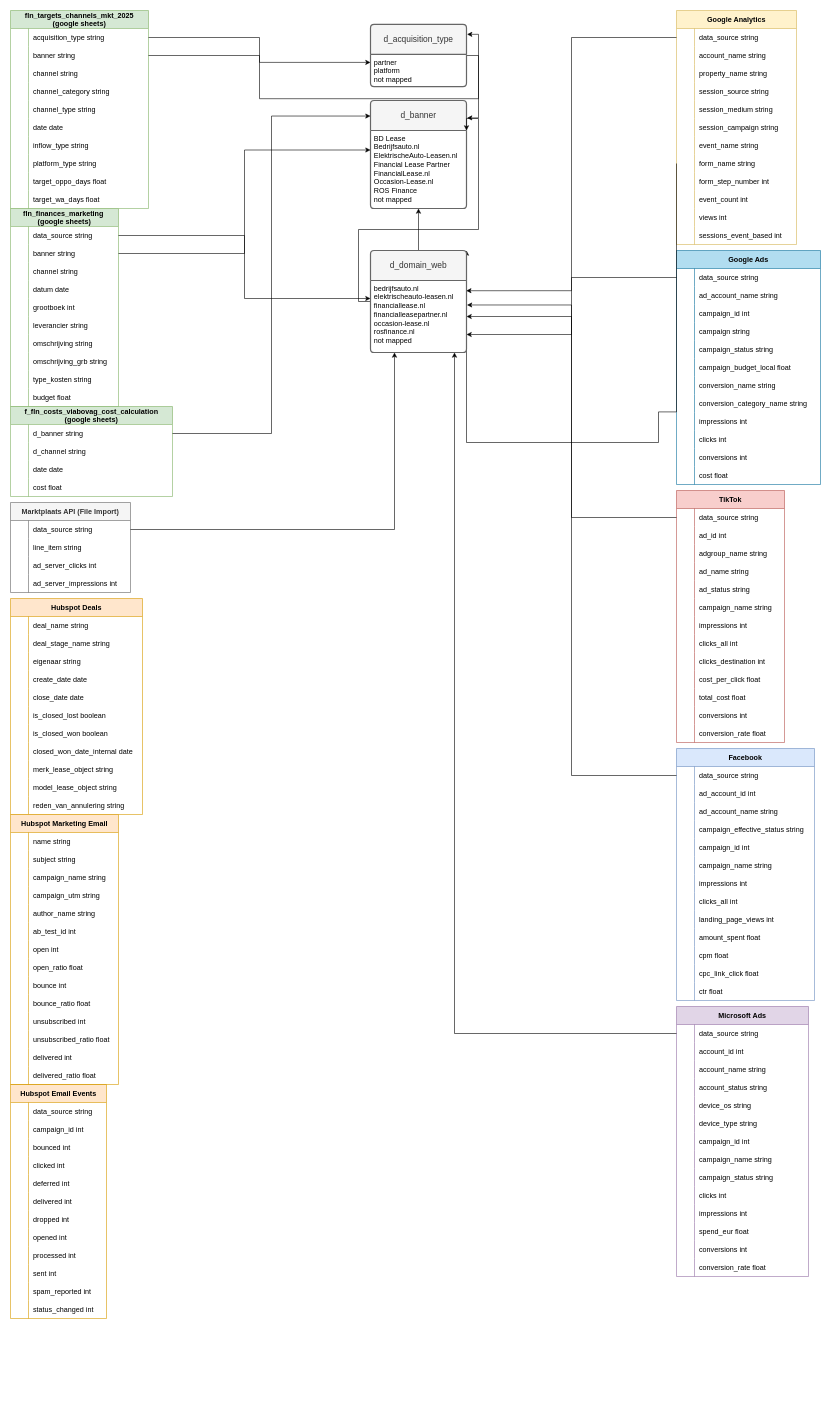
YveTDS/Draw_io keeps this draw.io diagram as funnel_mapping.drawio. Above is the earlier version. Source tidied: cells renumbered, new cells numbered last; positions are measured from the earlier drawing's top-left corner, leaving out a move shared by most shapes. Both pictures are drawn from the tidied source at 60%, with x=0, y=0 at pixel (10, 10).
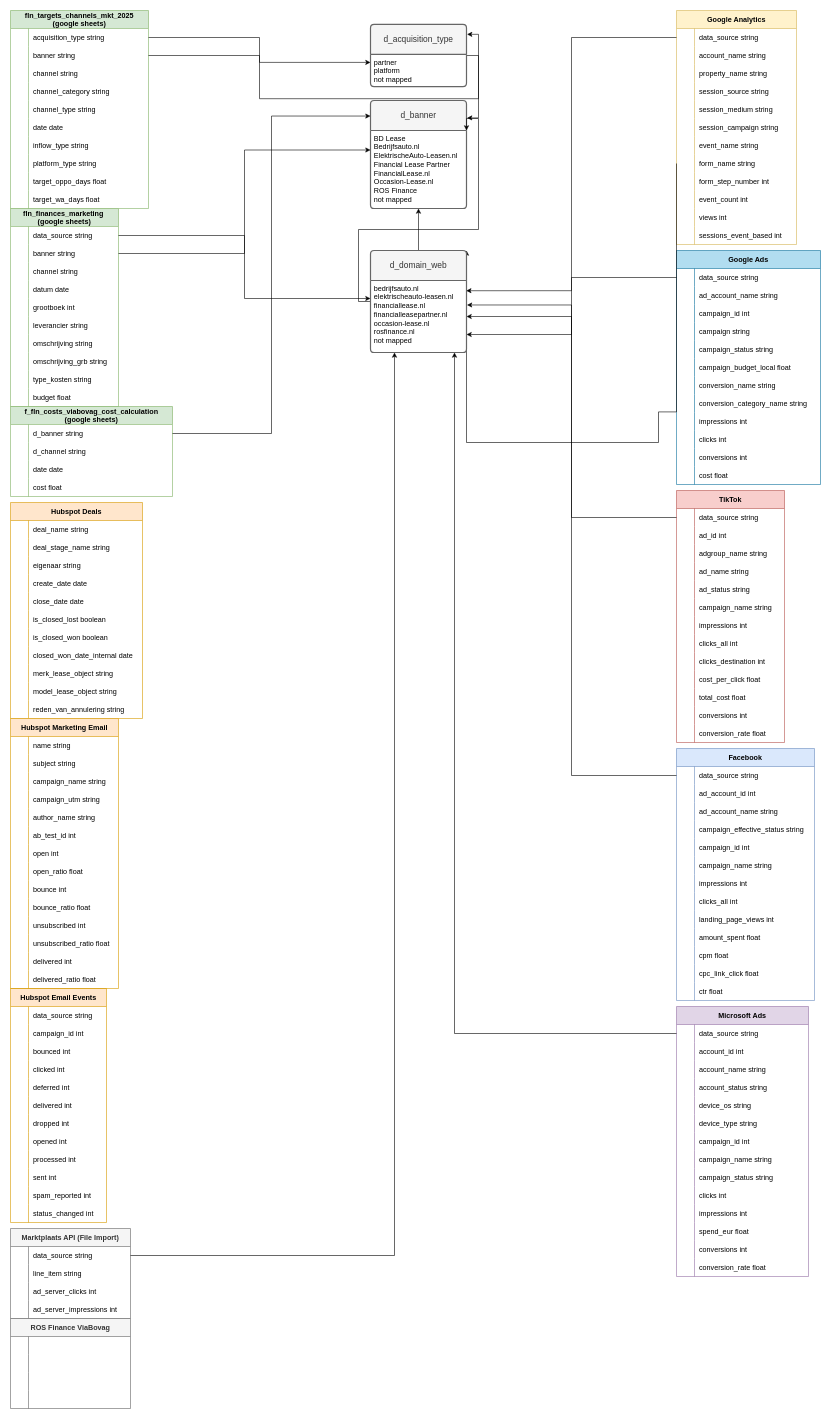
The same page after the edit.

Change to the diagram source:
```diff
@@
     <mxCell id="288" value="Marktplaats API (File Import)" style="shape=table;startSize=30;childLayout=tableLayout;rowLines=0;fontStyle=1;align=center;fillColor=#f5f5f5;fontColor=#333333;strokeColor=#666666;" parent="1" vertex="1">
-      <mxGeometry y="820" width="200" height="150" as="geometry" />
+      <mxGeometry y="2030" width="200" height="150" as="geometry" />
     </mxCell>
@@
     <mxCell id="302" value="Hubspot Deals" style="shape=table;startSize=30;childLayout=tableLayout;rowLines=0;fontStyle=1;align=center;fillColor=#ffe6cc;strokeColor=#d79b00;" parent="1" vertex="1">
-      <mxGeometry y="980" width="220" height="360" as="geometry" />
+      <mxGeometry y="820" width="220" height="360" as="geometry" />
     </mxCell>
@@
     <mxCell id="336" value="Hubspot Email Events" style="shape=table;startSize=30;childLayout=tableLayout;rowLines=0;fontStyle=1;align=center;fillColor=#ffe6cc;strokeColor=#d79b00;" parent="1" vertex="1">
-      <mxGeometry y="1790" width="160" height="390" as="geometry" />
+      <mxGeometry y="1630" width="160" height="390" as="geometry" />
     </mxCell>
@@
     <mxCell id="373" value="Hubspot Marketing Email" style="shape=table;startSize=30;childLayout=tableLayout;rowLines=0;fontStyle=1;align=center;fillColor=#ffe6cc;strokeColor=#d79b00;" parent="1" vertex="1">
-      <mxGeometry y="1340" width="180" height="450" as="geometry" />
+      <mxGeometry y="1180" width="180" height="450" as="geometry" />
     </mxCell>
@@
+    <mxCell id="423" value="ROS Finance ViaBovag" style="shape=table;startSize=30;childLayout=tableLayout;rowLines=0;fontStyle=1;align=center;fillColor=#f5f5f5;fontColor=#333333;strokeColor=#666666;" parent="1" vertex="1">
+      <mxGeometry y="2180" width="200" height="150" as="geometry" />
+    </mxCell>
+    <mxCell id="424" style="shape=tableRow;horizontal=0;startSize=0;swimlaneHead=0;swimlaneBody=0;fillColor=none;strokeColor=inherit;top=0;left=0;right=0;bottom=0;" parent="423" vertex="1">
+      <mxGeometry y="30" width="200" height="30" as="geometry" />
+    </mxCell>
+    <mxCell id="425" style="shape=partialRectangle;overflow=hidden;fillColor=none;strokeColor=inherit;top=0;left=0;bottom=0;right=0;" parent="424" vertex="1">
+      <mxGeometry width="30" height="30" as="geometry" />
+    </mxCell>
+    <mxCell id="426" style="shape=partialRectangle;overflow=hidden;fillColor=none;align=left;strokeColor=inherit;top=0;left=0;bottom=0;right=0;spacingLeft=6;" parent="424" vertex="1">
+      <mxGeometry x="30" width="170" height="30" as="geometry" />
+    </mxCell>
+    <mxCell id="427" style="shape=tableRow;horizontal=0;startSize=0;swimlaneHead=0;swimlaneBody=0;fillColor=none;strokeColor=inherit;top=0;left=0;right=0;bottom=0;" parent="423" vertex="1">
+      <mxGeometry y="60" width="200" height="30" as="geometry" />
+    </mxCell>
+    <mxCell id="428" style="shape=partialRectangle;overflow=hidden;fillColor=none;strokeColor=inherit;top=0;left=0;bottom=0;right=0;" parent="427" vertex="1">
+      <mxGeometry width="30" height="30" as="geometry" />
+    </mxCell>
+    <mxCell id="429" style="shape=partialRectangle;overflow=hidden;fillColor=none;align=left;strokeColor=inherit;top=0;left=0;bottom=0;right=0;spacingLeft=6;" parent="427" vertex="1">
+      <mxGeometry x="30" width="170" height="30" as="geometry" />
+    </mxCell>
+    <mxCell id="430" style="shape=tableRow;horizontal=0;startSize=0;swimlaneHead=0;swimlaneBody=0;fillColor=none;strokeColor=inherit;top=0;left=0;right=0;bottom=0;" parent="423" vertex="1">
+      <mxGeometry y="90" width="200" height="30" as="geometry" />
+    </mxCell>
+    <mxCell id="431" style="shape=partialRectangle;overflow=hidden;fillColor=none;strokeColor=inherit;top=0;left=0;bottom=0;right=0;" parent="430" vertex="1">
+      <mxGeometry width="30" height="30" as="geometry" />
+    </mxCell>
+    <mxCell id="432" style="shape=partialRectangle;overflow=hidden;fillColor=none;align=left;strokeColor=inherit;top=0;left=0;bottom=0;right=0;spacingLeft=6;" parent="430" vertex="1">
+      <mxGeometry x="30" width="170" height="30" as="geometry" />
+    </mxCell>
+    <mxCell id="433" style="shape=tableRow;horizontal=0;startSize=0;swimlaneHead=0;swimlaneBody=0;fillColor=none;strokeColor=inherit;top=0;left=0;right=0;bottom=0;" parent="423" vertex="1">
+      <mxGeometry y="120" width="200" height="30" as="geometry" />
+    </mxCell>
+    <mxCell id="434" style="shape=partialRectangle;overflow=hidden;fillColor=none;strokeColor=inherit;top=0;left=0;bottom=0;right=0;" parent="433" vertex="1">
+      <mxGeometry width="30" height="30" as="geometry" />
+    </mxCell>
+    <mxCell id="435" style="shape=partialRectangle;overflow=hidden;fillColor=none;align=left;strokeColor=inherit;top=0;left=0;bottom=0;right=0;spacingLeft=6;" parent="433" vertex="1">
+      <mxGeometry x="30" width="170" height="30" as="geometry" />
+    </mxCell>
```
